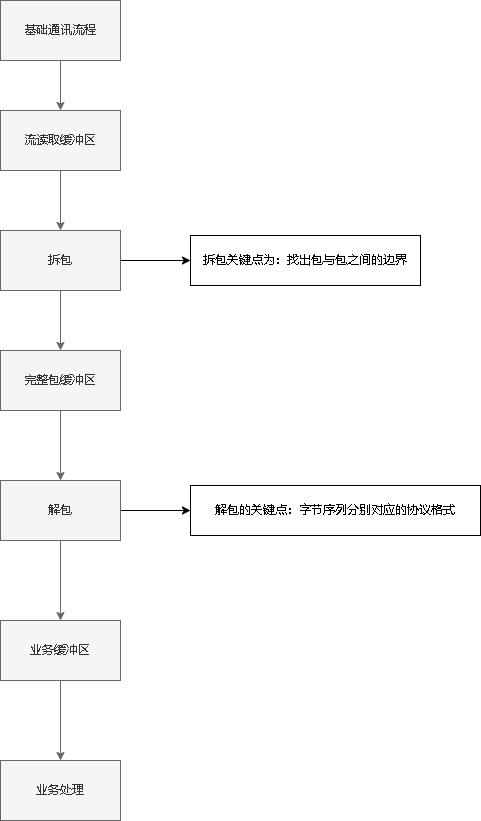
Earlier version of the draw.io export cgo8_通讯设计.drawio.png (xktder/draw). Source tidied: cells renumbered, new cells last; positions are measured from the earlier drawing's top-left corner, leaving out a move shared by most shapes.
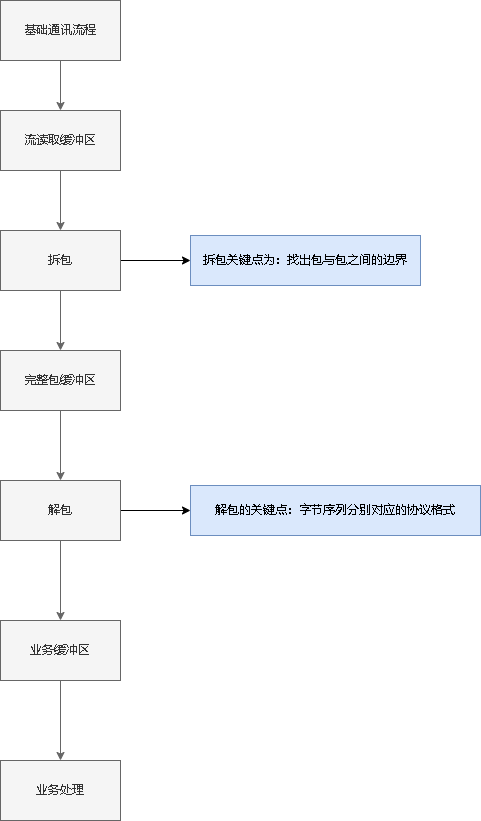
Later version of the same file.

Commit message:
更新cgo8_通讯设计.drawio.png

Diff of the diagram source:
```diff
@@ -38,7 +38,7 @@
     <mxCell id="13" value="解包" style="whiteSpace=wrap;html=1;rounded=0;fillColor=#f5f5f5;fontColor=#333333;strokeColor=#666666;" parent="1" vertex="1">
       <mxGeometry y="480" width="120" height="60" as="geometry" />
     </mxCell>
-    <mxCell id="14" value="拆包关键点为：找出包与包之间的边界" style="whiteSpace=wrap;html=1;rounded=0;" parent="1" vertex="1">
+    <mxCell id="14" value="拆包关键点为：找出包与包之间的边界" style="whiteSpace=wrap;html=1;rounded=0;fillColor=#dae8fc;strokeColor=#6c8ebf;" parent="1" vertex="1">
       <mxGeometry x="190" y="235" width="230" height="50" as="geometry" />
     </mxCell>
     <mxCell id="15" style="edgeStyle=orthogonalEdgeStyle;rounded=0;jettySize=auto;html=1;fillColor=#f5f5f5;strokeColor=#666666;" parent="1" edge="1" source="16" target="17">
@@ -50,7 +50,7 @@
     <mxCell id="17" value="业务处理" style="whiteSpace=wrap;html=1;rounded=0;fillColor=#f5f5f5;fontColor=#333333;strokeColor=#666666;" parent="1" vertex="1">
       <mxGeometry y="760" width="120" height="60" as="geometry" />
     </mxCell>
-    <mxCell id="18" value="解包的关键点：字节序列分别对应的协议格式" style="whiteSpace=wrap;html=1;rounded=0;" parent="1" vertex="1">
+    <mxCell id="18" value="解包的关键点：字节序列分别对应的协议格式" style="whiteSpace=wrap;html=1;rounded=0;fillColor=#dae8fc;strokeColor=#6c8ebf;" parent="1" vertex="1">
       <mxGeometry x="190" y="485" width="290" height="50" as="geometry" />
     </mxCell>
   </root>
```
